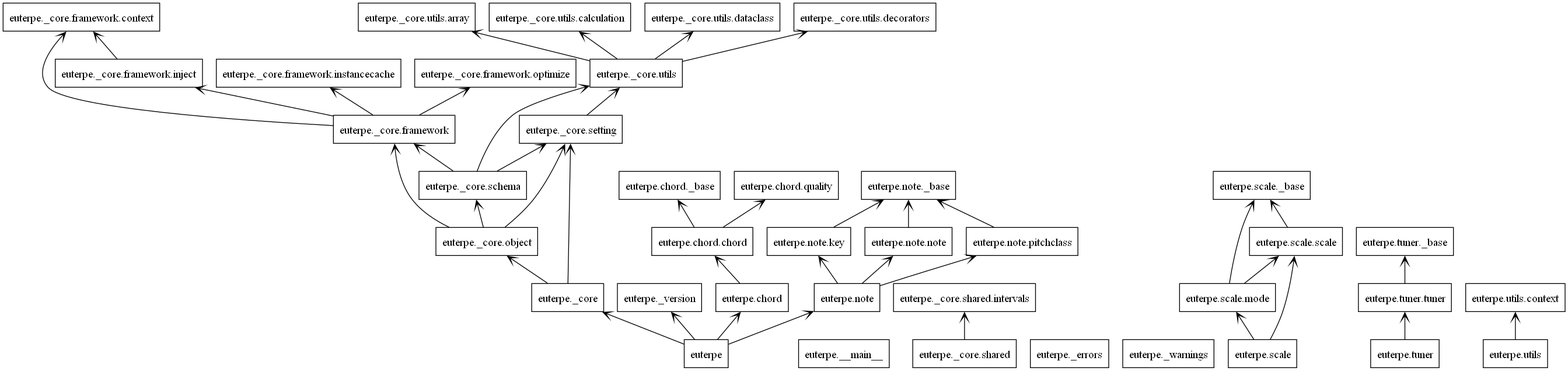
Before: documents/design/class-diagram/packages.png, a diagram exported from PlantUML (Oujox/aulos). Its source is kept beside it as documents/design/class-diagram/packages.puml.
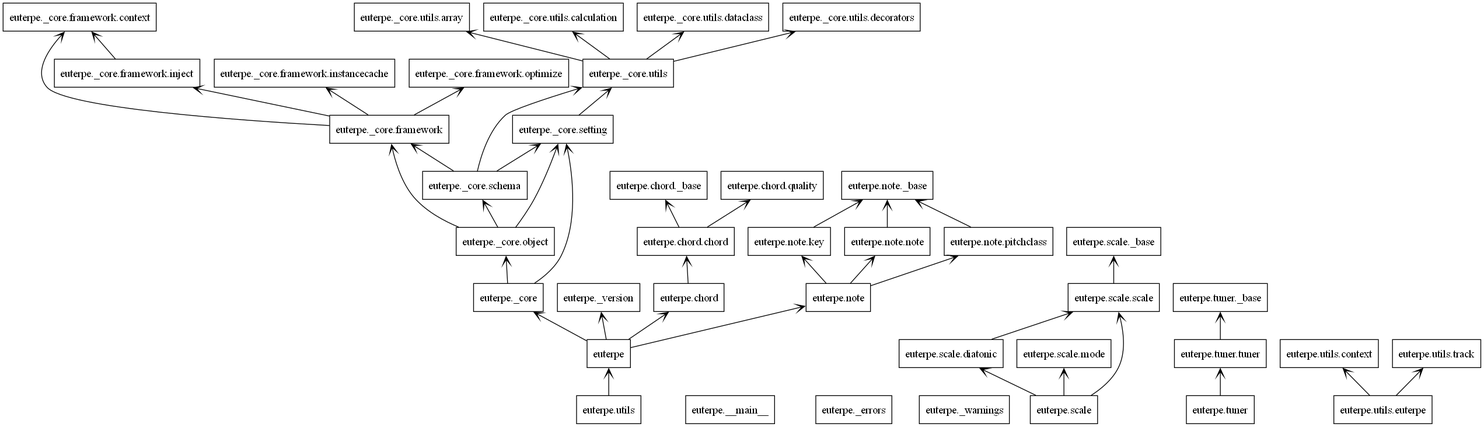
Later version of the same file.

Change to the diagram source:
```diff
@@ -21,10 +21,6 @@
 package "euterpe._core.schema" as euterpe._core.schema {
 }
 package "euterpe._core.setting" as euterpe._core.setting {
-}
-package "euterpe._core.shared" as euterpe._core.shared {
-}
-package "euterpe._core.shared.intervals" as euterpe._core.shared.intervals {
 }
 package "euterpe._core.utils" as euterpe._core.utils {
 }
@@ -64,6 +60,8 @@
 }
 package "euterpe.scale._base" as euterpe.scale._base {
 }
+package "euterpe.scale.diatonic" as euterpe.scale.diatonic {
+}
 package "euterpe.scale.mode" as euterpe.scale.mode {
 }
 package "euterpe.scale.scale" as euterpe.scale.scale {
@@ -77,6 +75,10 @@
 package "euterpe.utils" as euterpe.utils {
 }
 package "euterpe.utils.context" as euterpe.utils.context {
+}
+package "euterpe.utils.euterpe" as euterpe.utils.euterpe {
+}
+package "euterpe.utils.track" as euterpe.utils.track {
 }
 euterpe --> euterpe._core
 euterpe --> euterpe._version
@@ -96,7 +98,6 @@
 euterpe._core.schema --> euterpe._core.setting
 euterpe._core.schema --> euterpe._core.utils
 euterpe._core.setting --> euterpe._core.utils
-euterpe._core.shared --> euterpe._core.shared.intervals
 euterpe._core.utils --> euterpe._core.utils.array
 euterpe._core.utils --> euterpe._core.utils.calculation
 euterpe._core.utils --> euterpe._core.utils.dataclass
@@ -110,12 +111,14 @@
 euterpe.note.key --> euterpe.note._base
 euterpe.note.note --> euterpe.note._base
 euterpe.note.pitchclass --> euterpe.note._base
+euterpe.scale --> euterpe.scale.diatonic
 euterpe.scale --> euterpe.scale.mode
 euterpe.scale --> euterpe.scale.scale
-euterpe.scale.mode --> euterpe.scale._base
-euterpe.scale.mode --> euterpe.scale.scale
+euterpe.scale.diatonic --> euterpe.scale.scale
 euterpe.scale.scale --> euterpe.scale._base
 euterpe.tuner --> euterpe.tuner.tuner
 euterpe.tuner.tuner --> euterpe.tuner._base
-euterpe.utils --> euterpe.utils.context
+euterpe.utils --> euterpe
+euterpe.utils.euterpe --> euterpe.utils.context
+euterpe.utils.euterpe --> euterpe.utils.track
 @enduml
```
